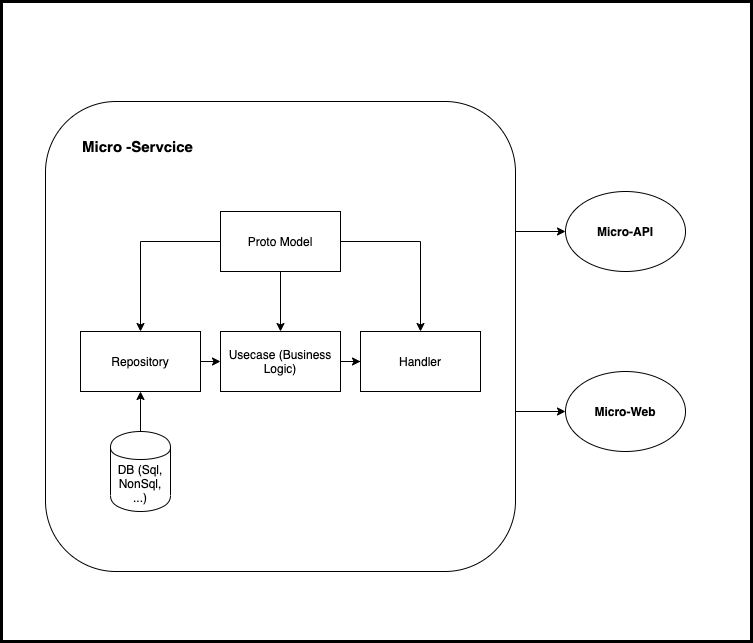
This is diagram.png from whuangz89/micro-blog, a draw.io export, as it was before one commit. Source tidied: cells renumbered, new cells last; positions are measured from the earlier drawing's top-left corner, leaving out a move shared by most shapes.
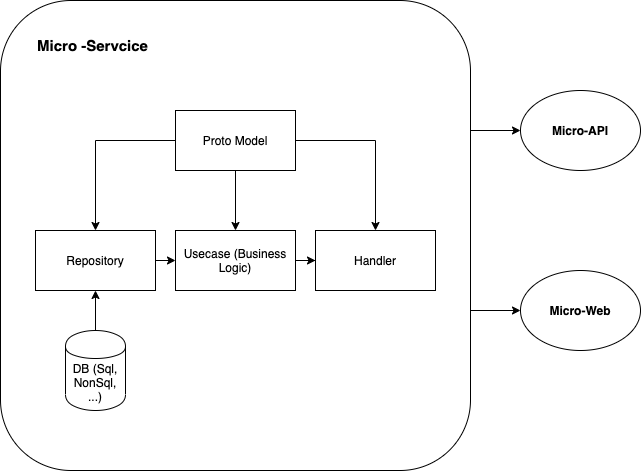
Above is the later version.

Commit message:
update diagram img

Diff of the diagram source:
```diff
@@ -2,9 +2,6 @@
   <root>
     <mxCell id="0" />
     <mxCell id="1" parent="0" />
-    <mxCell id="2" style="rounded=0;whiteSpace=wrap;html=1;glass=0;comic=0;strokeWidth=3;fontSize=15;" parent="1" vertex="1">
-      <mxGeometry width="750" height="640" as="geometry" />
-    </mxCell>
     <mxCell id="3" style="edgeStyle=orthogonalEdgeStyle;rounded=0;jettySize=auto;html=1;entryX=0;entryY=0.5;entryDx=0;entryDy=0;fontSize=15;" parent="1" edge="1" source="5" target="7">
       <mxGeometry relative="1" as="geometry">
         <Array as="points">
```
